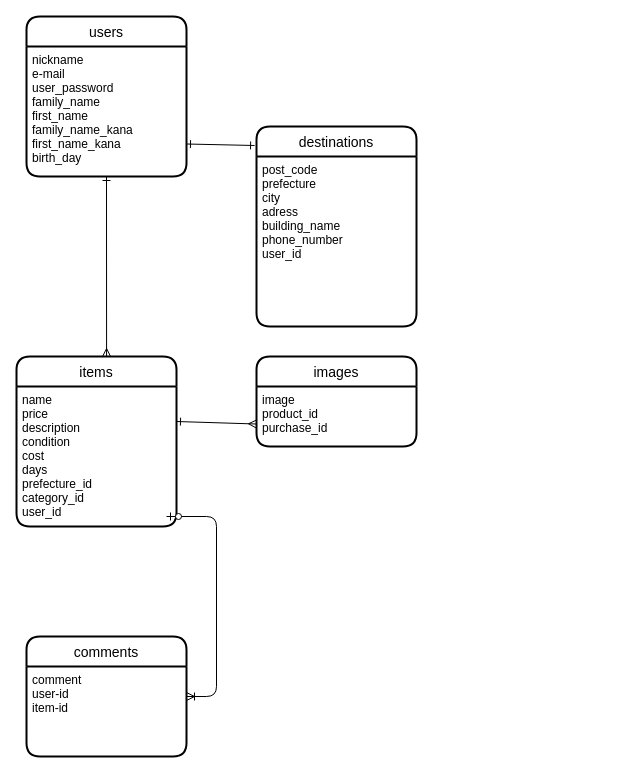
The draw.io diagram test.dio in ikari1055/furima-40500, before the edit. Source tidied: cells renumbered, new cells numbered last; positions are measured from the earlier drawing's top-left corner, leaving out a move shared by most shapes. Both pictures are drawn from the tidied source at 100%, with x=0, y=0 at pixel (16, 16).
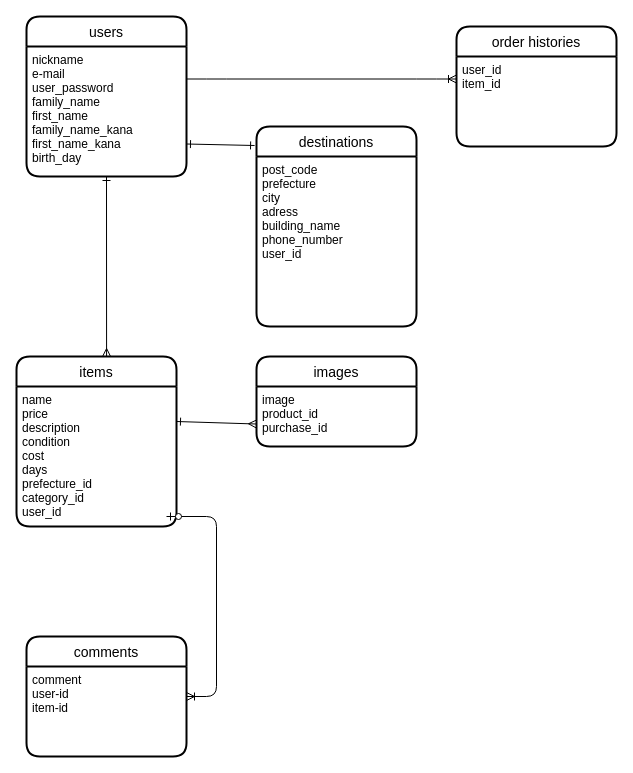
The same diagram, later.

Commit message (it also covers changes not shown here):
データベース設計修正

Unchanged cells that the change refers to:
```xml
<mxCell id="3" value="nickname&#10;e-mail&#10;user_password&#10;family_name&#10;first_name&#10;family_name_kana&#10;first_name_kana&#10;birth_day" style="align=left;strokeColor=none;fillColor=none;spacingLeft=4;fontSize=12;verticalAlign=top;" parent="2" vertex="1">
  <mxGeometry y="30" width="160" height="130" as="geometry" />
</mxCell>
```

The edit, as a diff of the source:
```diff
@@
+    <mxCell id="17" value="order histories" style="swimlane;horizontal=1;startSize=30;rounded=1;fontSize=14;fontStyle=0;strokeWidth=2;shadow=0;dashed=0;align=center;" parent="1" vertex="1">
+      <mxGeometry x="440" y="10" width="160" height="120" as="geometry" />
+    </mxCell>
+    <mxCell id="18" value="user_id&#10;item_id" style="align=left;strokeColor=none;fillColor=none;spacingLeft=4;fontSize=12;verticalAlign=top;" parent="17" vertex="1">
+      <mxGeometry y="30" width="160" height="90" as="geometry" />
+    </mxCell>
+    <mxCell id="19" style="edgeStyle=entityRelationEdgeStyle;fontSize=12;html=1;endArrow=ERoneToMany;entryX=0;entryY=0.25;entryDx=0;entryDy=0;exitX=1;exitY=0.25;exitDx=0;exitDy=0;" parent="1" edge="1" source="3" target="18">
+      <mxGeometry relative="1" as="geometry" />
+    </mxCell>
```
